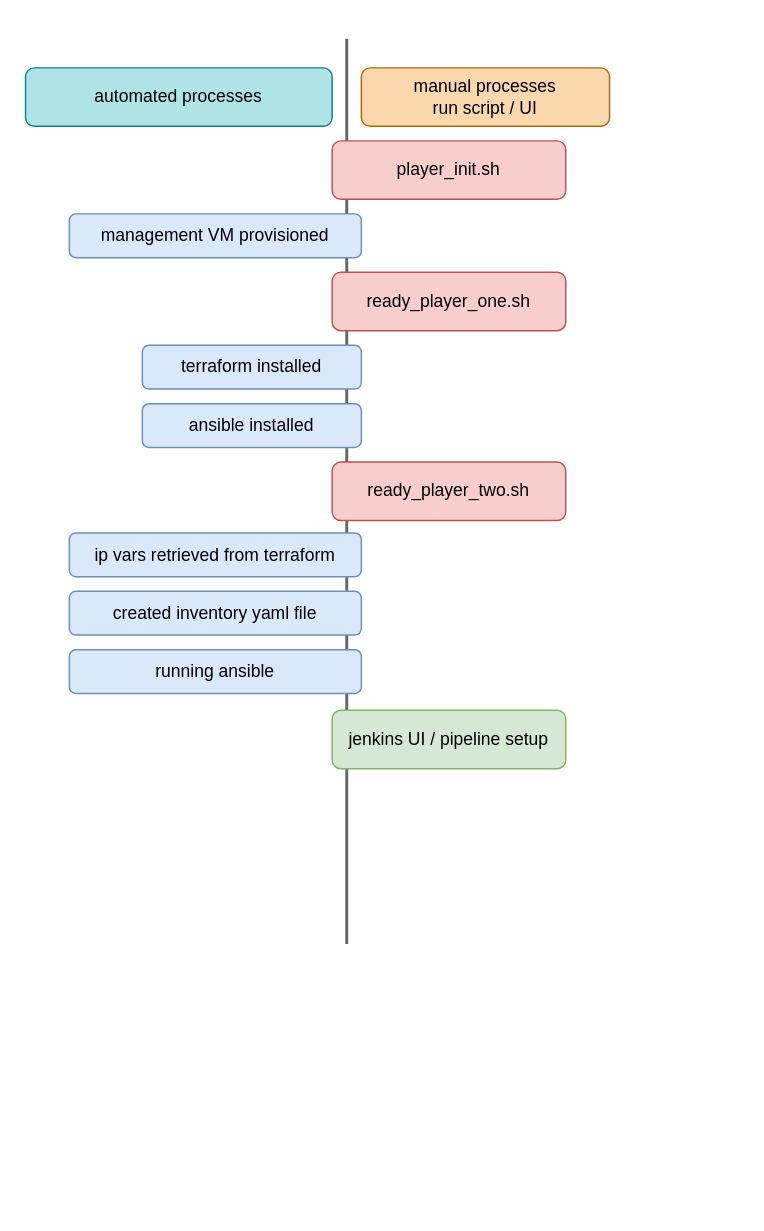
The draw.io diagram other_files/manual_process_checkpoints.drawio in Jenkins-Spice-Latte/QA-Help-Queue-App, before the edit. Source tidied: cells renumbered, new cells numbered last; positions are measured from the earlier drawing's top-left corner, leaving out a move shared by most shapes. Both pictures are drawn from the tidied source at 146%, with x=0, y=0 at pixel (25, 38).
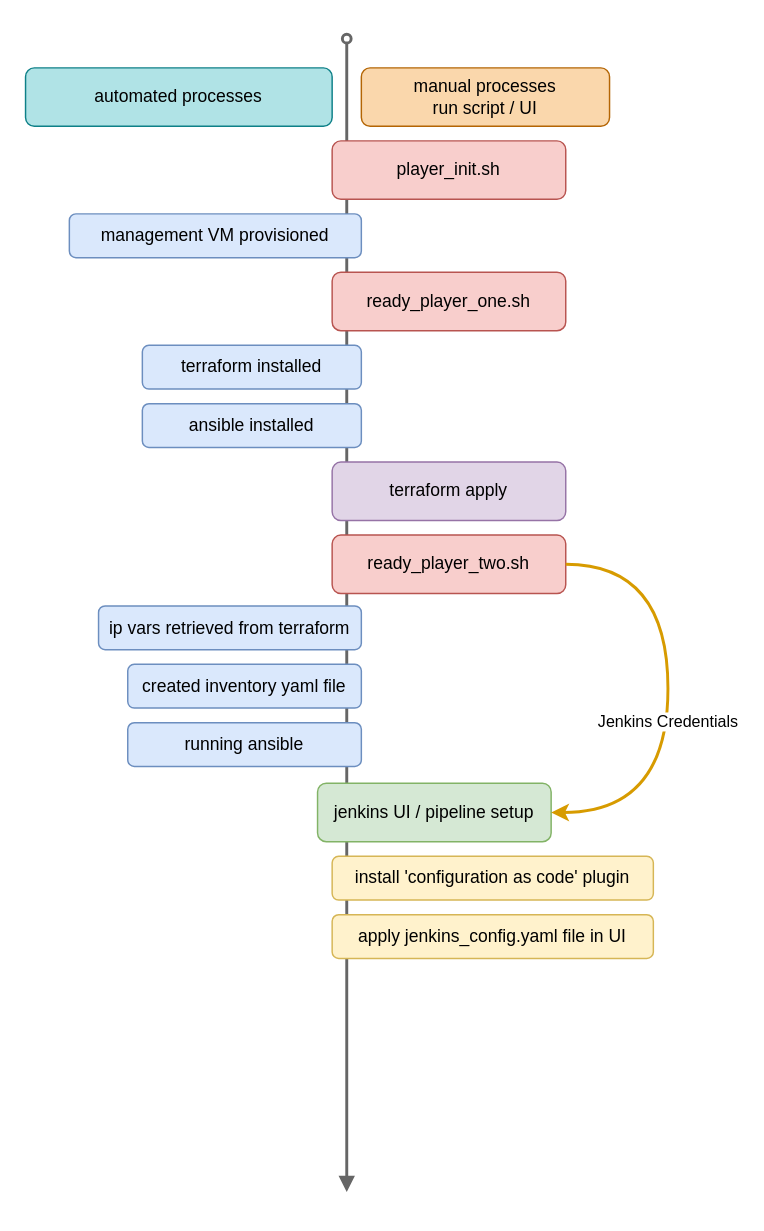
The same page after the edit.

The edit, as a diff of the source:
```diff
@@
-    <mxCell id="2" style="endArrow=none;html=1;strokeWidth=2;fillColor=#f5f5f5;strokeColor=#666666;" parent="1" edge="1">
+    <mxCell id="2" style="endArrow=oval;html=1;strokeWidth=2;fillColor=#f5f5f5;strokeColor=#666666;startArrow=block;startFill=1;endFill=0;" parent="1" edge="1">
       <mxGeometry relative="1" as="geometry">
-        <mxPoint x="220" y="620" as="sourcePoint" />
+        <mxPoint x="220" y="790" as="sourcePoint" />
         <mxPoint x="220" as="targetPoint" />
       </mxGeometry>
     </mxCell>
@@
     <mxCell id="8" value="ready_player_two.sh" style="rounded=1;whiteSpace=wrap;html=1;fillColor=#f8cecc;strokeColor=#b85450;" parent="1" vertex="1">
-      <mxGeometry x="210" y="290" width="160" height="40" as="geometry" />
+      <mxGeometry x="210" y="340" width="160" height="40" as="geometry" />
     </mxCell>
     <mxCell id="9" value="ip vars retrieved from terraform" style="rounded=1;whiteSpace=wrap;html=1;fillColor=#dae8fc;strokeColor=#6c8ebf;" parent="1" vertex="1">
-      <mxGeometry x="30" y="338.5" width="200" height="30" as="geometry" />
+      <mxGeometry x="50" y="388.5" width="180" height="30" as="geometry" />
     </mxCell>
     <mxCell id="10" value="created inventory yaml file" style="rounded=1;whiteSpace=wrap;html=1;fillColor=#dae8fc;strokeColor=#6c8ebf;" parent="1" vertex="1">
-      <mxGeometry x="30" y="378.5" width="200" height="30" as="geometry" />
+      <mxGeometry x="70" y="428.5" width="160" height="30" as="geometry" />
     </mxCell>
     <mxCell id="11" value="running ansible" style="rounded=1;whiteSpace=wrap;html=1;fillColor=#dae8fc;strokeColor=#6c8ebf;" parent="1" vertex="1">
-      <mxGeometry x="30" y="418.5" width="200" height="30" as="geometry" />
+      <mxGeometry x="70" y="468.5" width="160" height="30" as="geometry" />
     </mxCell>
     <mxCell id="12" value="jenkins UI / pipeline setup" style="rounded=1;whiteSpace=wrap;html=1;fillColor=#d5e8d4;strokeColor=#82b366;" parent="1" vertex="1">
-      <mxGeometry x="210" y="460" width="160" height="40" as="geometry" />
+      <mxGeometry x="200" y="510" width="160" height="40" as="geometry" />
     </mxCell>
@@
+    <mxCell id="15" value="terraform apply" style="rounded=1;whiteSpace=wrap;html=1;fillColor=#e1d5e7;strokeColor=#9673a6;" parent="1" vertex="1">
+      <mxGeometry x="210" y="290" width="160" height="40" as="geometry" />
+    </mxCell>
+    <mxCell id="16" value="Jenkins Credentials" style="endArrow=classic;html=1;strokeWidth=2;entryX=1;entryY=0.5;entryDx=0;entryDy=0;exitX=1;exitY=0.5;exitDx=0;exitDy=0;edgeStyle=orthogonalEdgeStyle;curved=1;fillColor=#ffe6cc;strokeColor=#d79b00;" parent="1" edge="1" source="8" target="12">
+      <mxGeometry x="0.11" relative="1" as="geometry">
+        <Array as="points">
+          <mxPoint x="440" y="360" />
+          <mxPoint x="440" y="530" />
+        </Array>
+      </mxGeometry>
+    </mxCell>
+    <mxCell id="17" value="install 'configuration as code' plugin" style="rounded=1;whiteSpace=wrap;html=1;fillColor=#fff2cc;strokeColor=#d6b656;" parent="1" vertex="1">
+      <mxGeometry x="210" y="560" width="220" height="30" as="geometry" />
+    </mxCell>
+    <mxCell id="18" value="apply jenkins_config.yaml file in UI" style="rounded=1;whiteSpace=wrap;html=1;fillColor=#fff2cc;strokeColor=#d6b656;" parent="1" vertex="1">
+      <mxGeometry x="210" y="600" width="220" height="30" as="geometry" />
+    </mxCell>
```
